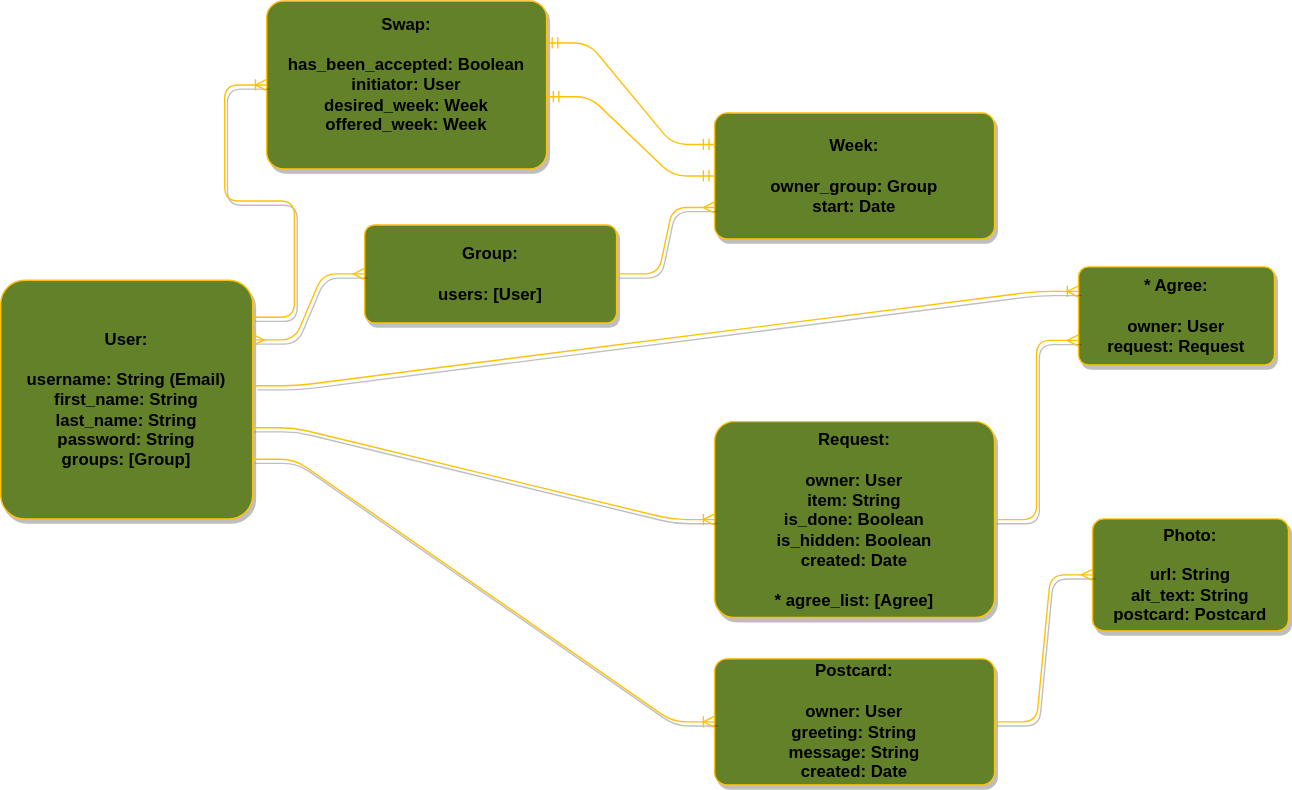
benhammondmusic/littlecabin keeps this draw.io diagram as erd.svg. Above is the earlier version. Source tidied: cells renumbered, new cells last; positions are measured from the earlier drawing's top-left corner, leaving out a move shared by most shapes.
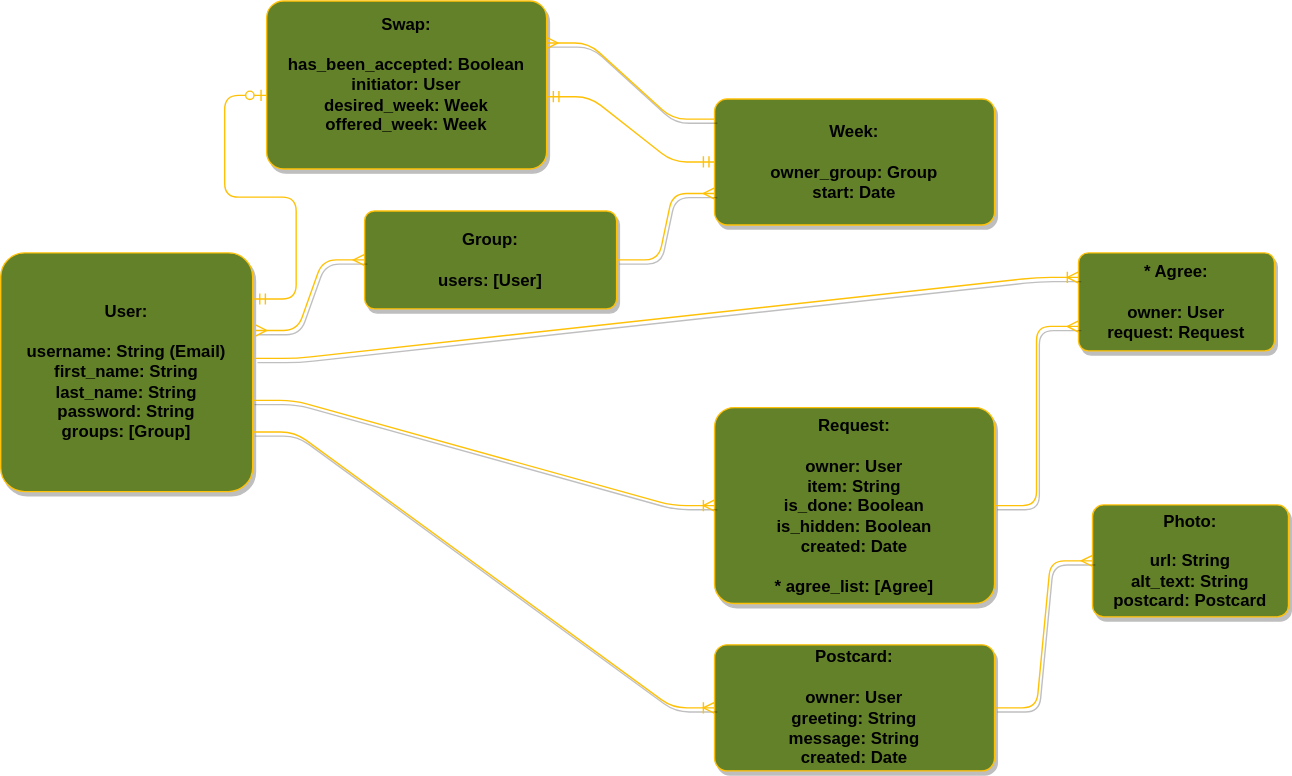
Above is the later version.

Diff of the diagram source:
```diff
@@ -3,7 +3,7 @@
     <mxCell id="0" />
     <mxCell id="1" parent="0" />
     <mxCell id="2" value="&lt;b&gt;User:&lt;br&gt;&lt;br&gt;username: String (Email)&lt;br&gt;first_name: String&lt;br&gt;last_name: String&lt;br&gt;password: String&lt;br&gt;groups: [Group]&lt;br&gt;&lt;/b&gt;" style="rounded=1;arcSize=10;whiteSpace=wrap;html=1;align=center;fillColor=#638129;strokeColor=#ffc107;shadow=1;" parent="1" vertex="1">
-      <mxGeometry y="199.5" width="180" height="170.5" as="geometry" />
+      <mxGeometry y="190" width="180" height="170.5" as="geometry" />
     </mxCell>
     <mxCell id="3" value="&lt;b&gt;Week:&lt;br&gt;&lt;br&gt;owner_group: Group&amp;nbsp;&lt;br&gt;start: Date&lt;br&gt;&lt;/b&gt;" style="rounded=1;arcSize=10;whiteSpace=wrap;html=1;align=center;fillColor=#638129;strokeColor=#ffc107;shadow=1;" parent="1" vertex="1">
       <mxGeometry x="510" y="80" width="200" height="90" as="geometry" />
@@ -38,23 +38,23 @@
     <mxCell id="13" value="&lt;b&gt;Group:&lt;br&gt;&lt;br&gt;users: [User]&lt;br&gt;&lt;/b&gt;" style="rounded=1;arcSize=10;whiteSpace=wrap;html=1;align=center;fillColor=#638129;strokeColor=#ffc107;shadow=1;" parent="1" vertex="1">
       <mxGeometry x="260" y="160" width="180" height="70" as="geometry" />
     </mxCell>
-    <mxCell id="14" style="edgeStyle=entityRelationEdgeStyle;fontSize=12;html=1;endArrow=ERmany;startArrow=ERmany;fillColor=#638129;strokeColor=#ffc107;shadow=1;exitX=1;exitY=0.25;exitDx=0;exitDy=0;" parent="1" edge="1" source="2" target="13">
+    <mxCell id="14" style="edgeStyle=entityRelationEdgeStyle;fontSize=12;html=1;endArrow=ERmany;startArrow=ERmany;fillColor=#638129;strokeColor=#ffc107;shadow=1;exitX=1.011;exitY=0.325;exitDx=0;exitDy=0;exitPerimeter=0;" parent="1" edge="1" source="2" target="13">
       <mxGeometry relative="1" as="geometry" />
     </mxCell>
     <mxCell id="15" style="edgeStyle=entityRelationEdgeStyle;fontSize=12;html=1;endArrow=ERmany;entryX=0;entryY=0.75;entryDx=0;entryDy=0;exitX=1;exitY=0.5;exitDx=0;exitDy=0;fillColor=#638129;strokeColor=#ffc107;shadow=1;" parent="1" edge="1" source="13" target="3">
       <mxGeometry relative="1" as="geometry" />
     </mxCell>
     <mxCell id="16" value="&lt;b&gt;Swap:&lt;br&gt;&lt;br&gt;has_been_accepted: Boolean&lt;br&gt;initiator: User&lt;br&gt;desired_week: Week&lt;br&gt;offered_week: Week&lt;br&gt;&lt;br&gt;&lt;/b&gt;" style="rounded=1;arcSize=10;whiteSpace=wrap;html=1;align=center;fillColor=#638129;strokeColor=#ffc107;shadow=1;" parent="1" vertex="1">
-      <mxGeometry x="190" width="200" height="120" as="geometry" />
+      <mxGeometry x="190" y="10" width="200" height="120" as="geometry" />
     </mxCell>
+    <mxCell id="19" style="edgeStyle=entityRelationEdgeStyle;fontSize=12;html=1;endArrow=ERmandOne;startArrow=ERmandOne;exitX=1.004;exitY=0.57;exitDx=0;exitDy=0;entryX=0;entryY=0.5;entryDx=0;entryDy=0;exitPerimeter=0;strokeColor=#FFC107;" parent="1" edge="1" source="16" target="3">
+      <mxGeometry relative="1" as="geometry" />
+    </mxCell>
-    <mxCell id="17" style="edgeStyle=entityRelationEdgeStyle;fontSize=12;html=1;endArrow=ERoneToMany;entryX=0;entryY=0.5;entryDx=0;entryDy=0;fillColor=#638129;strokeColor=#ffc107;shadow=1;exitX=0.999;exitY=0.155;exitDx=0;exitDy=0;exitPerimeter=0;" parent="1" edge="1" source="2" target="16">
+    <mxCell id="17" style="edgeStyle=entityRelationEdgeStyle;fontSize=12;html=1;endArrow=ERzeroToOne;startArrow=ERmandOne;entryX=0;entryY=0.562;entryDx=0;entryDy=0;entryPerimeter=0;exitX=1.006;exitY=0.193;exitDx=0;exitDy=0;exitPerimeter=0;strokeColor=#FFC107;" parent="1" edge="1" source="2" target="16">
       <mxGeometry relative="1" as="geometry" />
     </mxCell>
-    <mxCell id="18" style="edgeStyle=entityRelationEdgeStyle;fontSize=12;html=1;endArrow=ERmandOne;startArrow=ERmandOne;exitX=1;exitY=0.25;exitDx=0;exitDy=0;entryX=0;entryY=0.25;entryDx=0;entryDy=0;strokeColor=#FFC107;" parent="1" edge="1" source="16" target="3">
-      <mxGeometry relative="1" as="geometry" />
-    </mxCell>
-    <mxCell id="19" style="edgeStyle=entityRelationEdgeStyle;fontSize=12;html=1;endArrow=ERmandOne;startArrow=ERmandOne;exitX=1.004;exitY=0.57;exitDx=0;exitDy=0;entryX=0;entryY=0.5;entryDx=0;entryDy=0;exitPerimeter=0;strokeColor=#FFC107;" parent="1" edge="1" source="16" target="3">
-      <mxGeometry relative="1" as="geometry" />
-    </mxCell>
+    <mxCell id="20" style="edgeStyle=entityRelationEdgeStyle;fontSize=12;html=1;endArrow=ERmany;entryX=1;entryY=0.25;entryDx=0;entryDy=0;exitX=0;exitY=0.16;exitDx=0;exitDy=0;fillColor=#638129;strokeColor=#ffc107;shadow=1;exitPerimeter=0;" parent="1" edge="1" source="3" target="16">
+      <mxGeometry relative="1" as="geometry" />
+    </mxCell>
   </root>
 </mxGraphModel>
```
